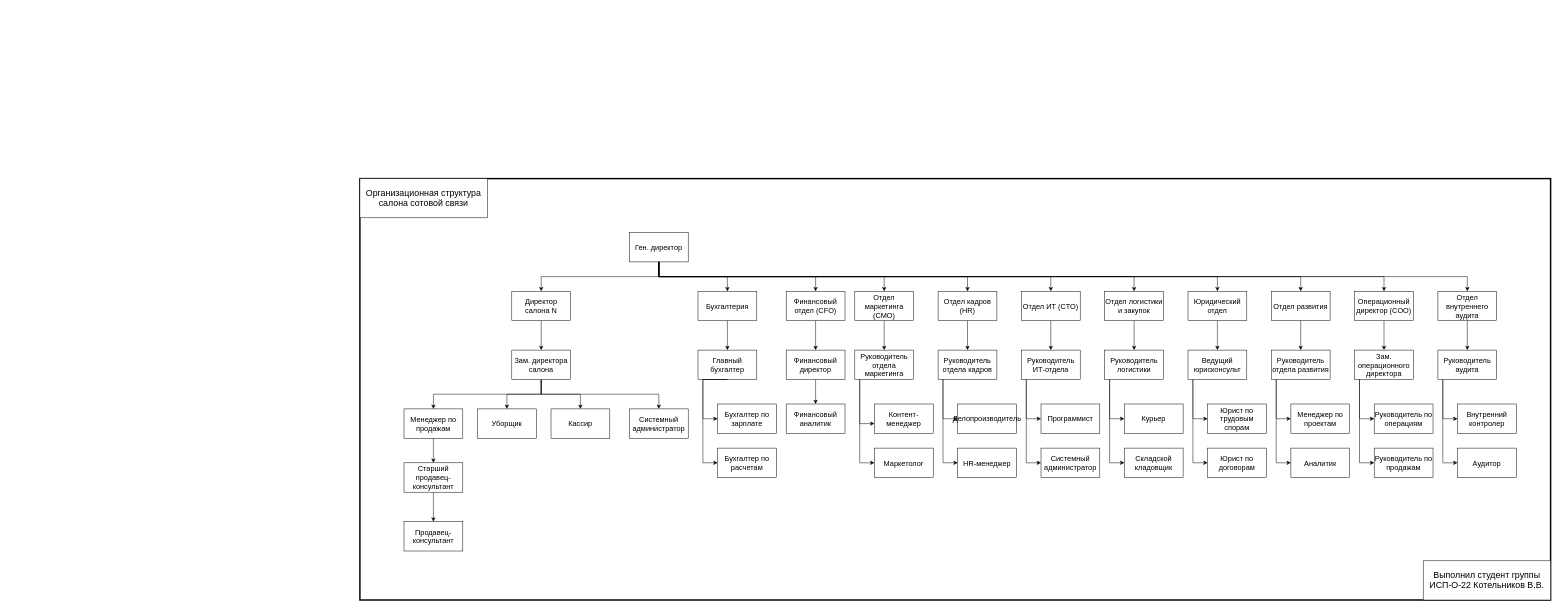
Before: page "Структура предприятия" (1 of 6) of media/Диаграммы  - салон связи.drawio in ColdenI/Diploma-IS-mobile-phone-store, a draw.io diagram. Source tidied: cells renumbered, new cells numbered last; positions are measured from the earlier drawing's top-left corner, leaving out a move shared by most shapes. Both pictures are drawn from the tidied source at 49%, with x=0, y=0 at pixel (360, 178).
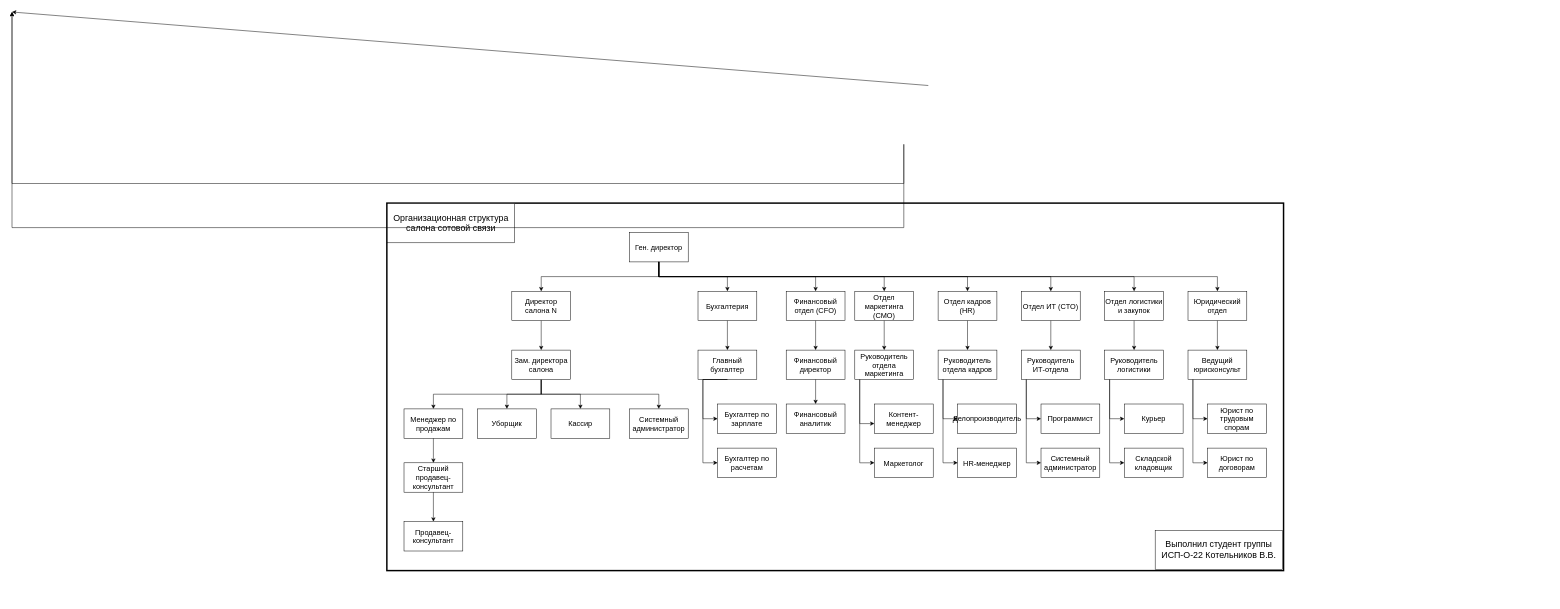
The same page after the edit.

The change refers to these unchanged cells:
```xml
<mxCell id="5" value="Ген. директор" style="rounded=0;whiteSpace=wrap;html=1;fontSize=15;" parent="1" vertex="1">
  <mxGeometry x="550" y="110" width="120" height="60" as="geometry" />
</mxCell>
```

What changed in the source:
```diff
@@
     <mxCell id="2" style="rounded=0;whiteSpace=wrap;html=1;strokeWidth=3;fillColor=none;" parent="1" vertex="1">
-      <mxGeometry width="2430" height="860" as="geometry" />
+      <mxGeometry x="55" y="50" width="1830" height="750" as="geometry" />
     </mxCell>
     <mxCell id="3" value="Организационная структура салона сотовой связи" style="rounded=0;whiteSpace=wrap;html=1;fontSize=18;" parent="1" vertex="1">
-      <mxGeometry width="260" height="80" as="geometry" />
+      <mxGeometry x="56" y="51" width="260" height="80" as="geometry" />
     </mxCell>
     <mxCell id="4" value="Выполнил студент группы ИСП-О-22&amp;nbsp;Котельников В.В." style="rounded=0;whiteSpace=wrap;html=1;fontSize=18;" parent="1" vertex="1">
-      <mxGeometry x="2170" y="780" width="260" height="80" as="geometry" />
+      <mxGeometry x="1623" y="718" width="260" height="80" as="geometry" />
     </mxCell>
@@
-    <mxCell id="16" value="Отдел развития" style="rounded=0;whiteSpace=wrap;html=1;fontSize=15;" parent="1" vertex="1">
-      <mxGeometry x="1860" y="230" width="120" height="60" as="geometry" />
-    </mxCell>
-    <mxCell id="17" value="Операционный директор (COO)" style="rounded=0;whiteSpace=wrap;html=1;fontSize=15;" parent="1" vertex="1">
-      <mxGeometry x="2030" y="230" width="120" height="60" as="geometry" />
-    </mxCell>
-    <mxCell id="18" value="Отдел внутреннего аудита" style="rounded=0;whiteSpace=wrap;html=1;fontSize=15;" parent="1" vertex="1">
-      <mxGeometry x="2200" y="230" width="120" height="60" as="geometry" />
-    </mxCell>
@@
-    <mxCell id="25" style="endArrow=classic;html=1;exitX=0.5;exitY=1;entryX=0.5;entryY=0;edgeStyle=orthogonalEdgeStyle;rounded=0;curved=0;fontSize=15;" parent="1" edge="1" source="5" target="16">
-      <mxGeometry relative="1" as="geometry" />
-    </mxCell>
-    <mxCell id="26" style="endArrow=classic;html=1;exitX=0.5;exitY=1;entryX=0.5;entryY=0;edgeStyle=orthogonalEdgeStyle;rounded=0;curved=0;fontSize=15;" parent="1" edge="1" source="5" target="17">
-      <mxGeometry relative="1" as="geometry" />
-    </mxCell>
-    <mxCell id="27" style="endArrow=classic;html=1;exitX=0.5;exitY=1;entryX=0.5;entryY=0;edgeStyle=orthogonalEdgeStyle;rounded=0;curved=0;fontSize=15;" parent="1" edge="1" source="5" target="18">
-      <mxGeometry relative="1" as="geometry" />
-    </mxCell>
@@
-    <mxCell id="55" value="Руководитель отдела развития" style="rounded=0;whiteSpace=wrap;html=1;fontSize=15;" parent="1" vertex="1">
-      <mxGeometry x="1860" y="350" width="120" height="60" as="geometry" />
-    </mxCell>
-    <mxCell id="56" value="Аналитик" style="rounded=0;whiteSpace=wrap;html=1;fontSize=15;" parent="1" vertex="1">
-      <mxGeometry x="1900" y="550" width="120" height="60" as="geometry" />
-    </mxCell>
-    <mxCell id="57" value="Менеджер по проектам" style="rounded=0;whiteSpace=wrap;html=1;fontSize=15;" parent="1" vertex="1">
-      <mxGeometry x="1900" y="460" width="120" height="60" as="geometry" />
-    </mxCell>
-    <mxCell id="58" value="Зам. операционного директора" style="rounded=0;whiteSpace=wrap;html=1;fontSize=15;" parent="1" vertex="1">
-      <mxGeometry x="2030" y="350" width="120" height="60" as="geometry" />
-    </mxCell>
-    <mxCell id="59" value="Руководитель по продажам" style="rounded=0;whiteSpace=wrap;html=1;fontSize=15;" parent="1" vertex="1">
-      <mxGeometry x="2070" y="550" width="120" height="60" as="geometry" />
-    </mxCell>
-    <mxCell id="60" value="Руководитель по операциям" style="rounded=0;whiteSpace=wrap;html=1;fontSize=15;" parent="1" vertex="1">
-      <mxGeometry x="2070" y="460" width="120" height="60" as="geometry" />
-    </mxCell>
-    <mxCell id="61" value="Руководитель аудита" style="rounded=0;whiteSpace=wrap;html=1;fontSize=15;" parent="1" vertex="1">
-      <mxGeometry x="2200" y="350" width="120" height="60" as="geometry" />
-    </mxCell>
-    <mxCell id="62" value="Аудитор" style="rounded=0;whiteSpace=wrap;html=1;fontSize=15;" parent="1" vertex="1">
-      <mxGeometry x="2240" y="550" width="120" height="60" as="geometry" />
-    </mxCell>
-    <mxCell id="63" value="Внутренний контролер" style="rounded=0;whiteSpace=wrap;html=1;fontSize=15;" parent="1" vertex="1">
-      <mxGeometry x="2240" y="460" width="120" height="60" as="geometry" />
-    </mxCell>
@@
-    <mxCell id="85" style="endArrow=classic;html=1;exitX=0.5;exitY=1;entryX=0.5;entryY=0;fontSize=15;" parent="1" edge="1" source="16" target="55">
-      <mxGeometry relative="1" as="geometry" />
+    <mxCell id="85" style="endArrow=classic;html=1;exitX=0.5;exitY=1;entryX=0.5;entryY=0;fontSize=15;" parent="1" edge="1">
+      <mxGeometry relative="1" as="geometry">
+        <mxPoint x="1160" y="-190" as="sourcePoint" />
+        <mxPoint x="-710" y="-340" as="targetPoint" />
+      </mxGeometry>
     </mxCell>
-    <mxCell id="86" style="endArrow=classic;html=1;rounded=0;edgeStyle=orthogonalEdgeStyle;fontSize=15;" parent="1" edge="1" source="55" target="56">
+    <mxCell id="86" style="endArrow=classic;html=1;rounded=0;edgeStyle=orthogonalEdgeStyle;fontSize=15;" parent="1" edge="1">
       <mxGeometry relative="1" as="geometry">
+        <mxPoint x="1110" y="-70" as="sourcePoint" />
+        <mxPoint x="-710" y="-340" as="targetPoint" />
         <Array as="points">
-          <mxPoint x="1870" y="580" />
+          <mxPoint x="1110" y="100" />
         </Array>
       </mxGeometry>
     </mxCell>
-    <mxCell id="87" style="endArrow=classic;html=1;rounded=0;edgeStyle=orthogonalEdgeStyle;fontSize=15;" parent="1" edge="1" source="55" target="57">
+    <mxCell id="87" style="endArrow=classic;html=1;rounded=0;edgeStyle=orthogonalEdgeStyle;fontSize=15;" parent="1" edge="1">
       <mxGeometry relative="1" as="geometry">
+        <mxPoint x="1110" y="-70" as="sourcePoint" />
+        <mxPoint x="-710" y="-340" as="targetPoint" />
         <Array as="points">
-          <mxPoint x="1870" y="490" />
+          <mxPoint x="1110" y="10" />
         </Array>
       </mxGeometry>
     </mxCell>
-    <mxCell id="88" style="endArrow=classic;html=1;exitX=0.5;exitY=1;entryX=0.5;entryY=0;fontSize=15;" parent="1" edge="1" source="17" target="58">
-      <mxGeometry relative="1" as="geometry" />
-    </mxCell>
-    <mxCell id="89" style="endArrow=classic;html=1;rounded=0;edgeStyle=orthogonalEdgeStyle;fontSize=15;" parent="1" edge="1" source="58" target="59">
-      <mxGeometry relative="1" as="geometry">
-        <Array as="points">
-          <mxPoint x="2040" y="580" />
-        </Array>
-      </mxGeometry>
-    </mxCell>
-    <mxCell id="90" style="endArrow=classic;html=1;rounded=0;edgeStyle=orthogonalEdgeStyle;fontSize=15;" parent="1" edge="1" source="58" target="60">
-      <mxGeometry relative="1" as="geometry">
-        <Array as="points">
-          <mxPoint x="2040" y="490" />
-        </Array>
-      </mxGeometry>
-    </mxCell>
-    <mxCell id="91" style="endArrow=classic;html=1;exitX=0.5;exitY=1;entryX=0.5;entryY=0;fontSize=15;" parent="1" edge="1" source="18" target="61">
-      <mxGeometry relative="1" as="geometry" />
-    </mxCell>
-    <mxCell id="92" style="endArrow=classic;html=1;rounded=0;edgeStyle=orthogonalEdgeStyle;fontSize=15;" parent="1" edge="1" source="61" target="62">
-      <mxGeometry relative="1" as="geometry">
-        <Array as="points">
-          <mxPoint x="2210" y="580" />
-        </Array>
-      </mxGeometry>
-    </mxCell>
-    <mxCell id="93" style="endArrow=classic;html=1;rounded=0;edgeStyle=orthogonalEdgeStyle;fontSize=15;" parent="1" edge="1" source="61" target="63">
-      <mxGeometry relative="1" as="geometry">
-        <Array as="points">
-          <mxPoint x="2210" y="490" />
-        </Array>
-      </mxGeometry>
-    </mxCell>
```
